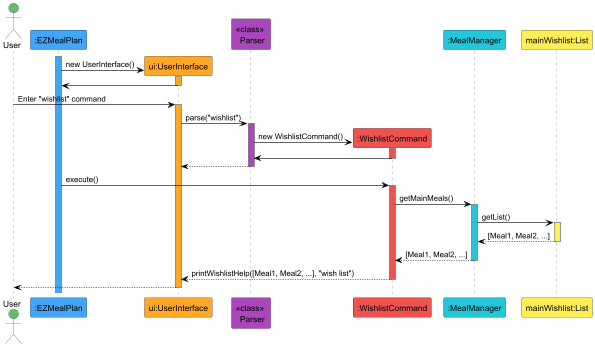
This is docs/diagrams/WishlistCommand.png from wentuoc/tp, a PlantUML export, as it was before one commit.
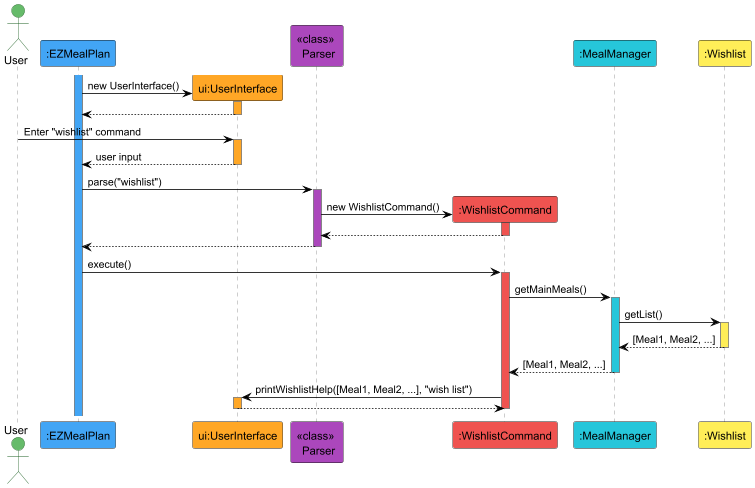
The same file after the commit.

The edit, as a diff of the source:
```diff
@@ -8,7 +8,7 @@
 participant "<<class>> \n Parser" as Parser #AB47BC
 participant ":WishlistCommand" as LC #EF5350
 participant ":MealManager" as MM #26C6DA
-participant "mainWishlist:List" as ML #FFEE58
+participant ":Wishlist" as ML #FFEE58
 
 skinparam sequenceLifeLineBorderColor gray
 skinparam sequenceArrowColor black
@@ -17,23 +17,25 @@
 create UI
 EZ -> UI: new UserInterface()
 activate UI #FFA726
-UI -> EZ
+UI --> EZ
 deactivate UI
 
 User -> UI: Enter "wishlist" command
 activate UI #FFA726
+UI --> EZ: user input
+deactivate UI
 
-UI -> Parser: parse("wishlist")
+EZ -> Parser: parse("wishlist")
 activate Parser #AB47BC
 
 create LC
 Parser -> LC: new WishlistCommand()
 activate LC #EF5350
 
-LC -> Parser
+LC --> Parser
 deactivate LC
 
-Parser --> UI
+Parser --> EZ
 deactivate Parser
 
 EZ -> LC: execute()
@@ -51,9 +53,9 @@
 MM --> LC: [Meal1, Meal2, ...]
 deactivate MM
 
-LC --> UI: printWishlistHelp([Meal1, Meal2, ...], "wish list")
+LC -> UI: printWishlistHelp([Meal1, Meal2, ...], "wish list")
+activate UI #FFA726
+UI --> LC
+deactivate UI
 deactivate LC
-
-UI --> User:
-deactivate UI
 @enduml
```
